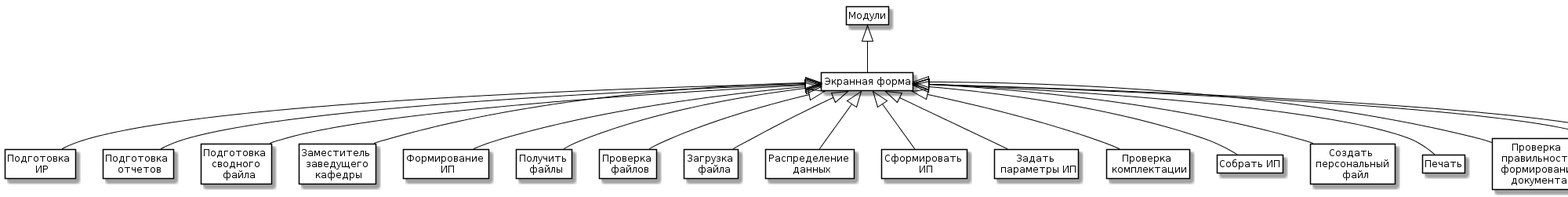
Earlier version of the PlantUML export Модули.png (AnastasyTol/AnastasyTol.github.io).
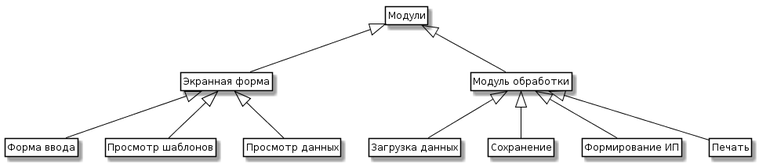
After the commit.

What changed in the source:
```diff
@@ -5,45 +5,17 @@
 	BorderColor Black
 }
 class Модули
-class y as "Подготовка \n ИР"
-class u as "Подготовка \n отчетов"
-class q as "Подготовка \n сводного \n  файла"
-class f as "Заместитель \n заведущего \n кафедры"
-class j as "Формирование \n ИП"
-class k as "Получить \n файлы"
-class l as "Проверка \n файлов"
-class u1 as  "Загрузка \n  файла"
-class u2 as "Распределение \n данных"
-class f1 as "Сформировать \n ИП"
-class j1 as "Задать \n параметры ИП"
-class k1 as "Проверка \n комплектации"
-class l1 as "Собрать ИП"
-class m as "Создать \n персональный \n  файл"
-class u4 as "Печать"
-class u3 as "Проверка \n правильности \n  формирования \n документа"
-
 
 
 Модули<|-- "Экранная форма"
-"Экранная форма"<|-- h
-"Экранная форма"<|-- w
-"Экранная форма"<|-- y
-"Экранная форма"<|-- u
-"Экранная форма"<|-- q
-"Экранная форма"<|-- f
-"Экранная форма"<|-- j
-"Экранная форма"<|-- k
-"Экранная форма"<|-- l
-"Экранная форма"<|-- u1
-"Экранная форма"<|-- u2
-"Экранная форма"<|-- f1
-"Экранная форма"<|-- j1
-"Экранная форма"<|-- k1
-"Экранная форма"<|-- l1
-"Экранная форма"<|-- m
-"Экранная форма"<|-- u4
-"Экранная форма"<|-- u3
-
+Модули<|-- "Модуль обработки"
+"Экранная форма" <|-- "Форма ввода"
+"Экранная форма" <|-- "Просмотр шаблонов"
+"Экранная форма" <|-- "Просмотр данных"
+"Модуль обработки"<|-- "Загрузка данных"
+"Модуль обработки"<|-- "Сохранение"
+"Модуль обработки"<|-- "Формирование ИП"
+"Модуль обработки"<|-- "Печать"
 hide members
 hide circle
 hide methods
```
